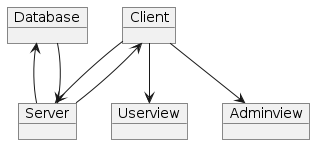
Before: images/cld.png, a diagram exported from PlantUML (2223-3bhif-syp/02-projekte-kurstermine).
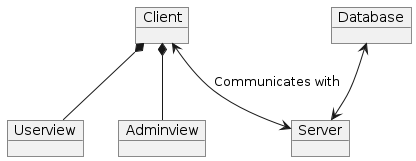
Later version of the same file.

The edit, as a diff of the source:
```diff
@@ -5,10 +5,8 @@
 object Userview
 object Adminview
 
-Client --> Userview
-Client --> Adminview
-Client --> Server
-Client <-- Server
-Database <-- Server
-Database --> Server
+Client *-- Userview
+Client *-- Adminview
+Client <--> Server: Communicates with
+Database <--> Server
 @enduml
```
